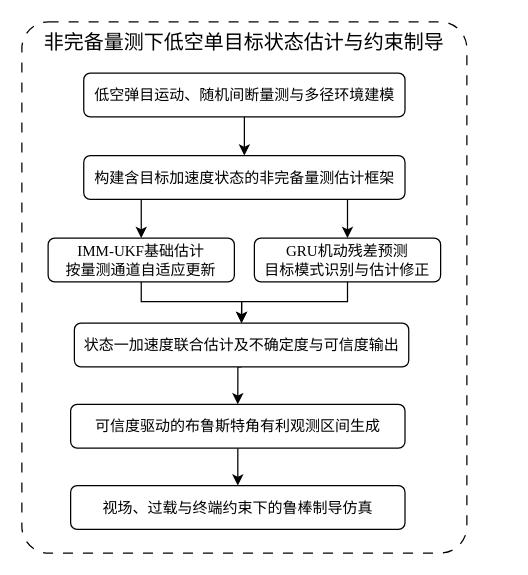
This is 速度门限约束下多目标主动可分辨与能量优化制导.drawio from master-fency/plot, a draw.io file, before an edit. Source tidied: cells renumbered, new cells numbered last; positions are measured from the earlier drawing's top-left corner, leaving out a move shared by most shapes. Both pictures are drawn from the tidied source at 125%, with x=0, y=0 at pixel (21, 21).
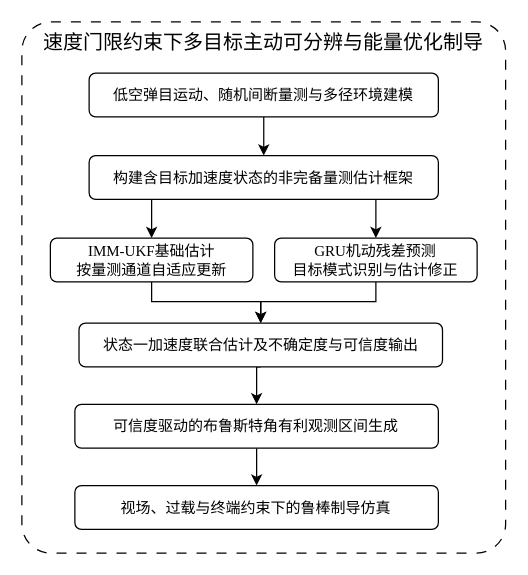
The same diagram, later.

Commit message (it also covers changes not shown here):
更新速度门限约束下多目标主动可分辨与能量优化制导.drawio

The edit, as a diff of the source:
```diff
@@
     <mxCell id="2" style="group;" parent="1" vertex="1">
-      <mxGeometry width="356" height="425" as="geometry" />
+      <mxGeometry width="387" height="425" as="geometry" />
     </mxCell>
-    <mxCell id="3" value="&lt;font style=&quot;font-size: 16px;&quot;&gt;非完备量测下低空单目标状态估计与约束制导&lt;/font&gt;" style="rounded=1;whiteSpace=wrap;html=1;roundedPerimeter=1;fontFamily=Times New Roman;verticalAlign=top;arcSize=6;strokeColor=default;dashed=1;dashPattern=8 8;" parent="2" vertex="1">
-      <mxGeometry width="356" height="425" as="geometry" />
+    <mxCell id="3" value="&lt;font style=&quot;font-size: 16px;&quot;&gt;速度门限约束下多目标主动可分辨与能量优化制导&lt;/font&gt;" style="rounded=1;whiteSpace=wrap;html=1;roundedPerimeter=1;fontFamily=Times New Roman;verticalAlign=top;arcSize=6;strokeColor=default;dashed=1;dashPattern=8 8;" parent="2" vertex="1">
+      <mxGeometry width="387" height="425" as="geometry" />
     </mxCell>
@@
     <mxCell id="5" value="&lt;font&gt;低空弹目运动、随机间断量测与多径环境建模&lt;/font&gt;" style="rounded=1;whiteSpace=wrap;html=1;roundedPerimeter=1;fontFamily=Times New Roman;" parent="2" vertex="1">
-      <mxGeometry x="49.5" y="41" width="257" height="35" as="geometry" />
+      <mxGeometry x="53.8" y="41" width="279.4" height="35" as="geometry" />
     </mxCell>
@@
     <mxCell id="8" value="&lt;font&gt;构建含目标加速度状态的非完备量测估计框架&lt;/font&gt;" style="rounded=1;whiteSpace=wrap;html=1;roundedPerimeter=1;fontFamily=Times New Roman;" parent="2" vertex="1">
-      <mxGeometry x="49.5" y="107" width="257" height="35" as="geometry" />
+      <mxGeometry x="53.8" y="107" width="279.4" height="35" as="geometry" />
     </mxCell>
@@
     <mxCell id="10" value="&lt;font&gt;状态一加速度联合估计及不确定度与可信度输出&lt;/font&gt;" style="rounded=1;whiteSpace=wrap;html=1;roundedPerimeter=1;fontFamily=Times New Roman;" parent="2" vertex="1">
-      <mxGeometry x="42" y="241" width="267.5" height="35" as="geometry" />
+      <mxGeometry x="45.7" y="241" width="290.8" height="35" as="geometry" />
     </mxCell>
     <mxCell id="11" style="group;" parent="2" vertex="1">
-      <mxGeometry x="21" y="173" width="314" height="35" as="geometry" />
+      <mxGeometry x="22.8" y="173" width="341.3" height="35" as="geometry" />
     </mxCell>
     <mxCell id="12" value="&lt;font&gt;IMM-UKF基础估计&lt;/font&gt;&lt;div&gt;&lt;font&gt;按量测通道自适应更新&lt;/font&gt;&lt;/div&gt;" style="rounded=1;whiteSpace=wrap;html=1;roundedPerimeter=1;fontFamily=Times New Roman;" parent="11" vertex="1">
-      <mxGeometry width="149" height="35" as="geometry" />
+      <mxGeometry width="162" height="35" as="geometry" />
     </mxCell>
     <mxCell id="13" value="GRU机动残差预测&lt;div&gt;目标模式识别与估计修正&lt;/div&gt;" style="rounded=1;whiteSpace=wrap;html=1;roundedPerimeter=1;fontFamily=Times New Roman;" parent="11" vertex="1">
-      <mxGeometry x="165" width="149" height="35" as="geometry" />
+      <mxGeometry x="179.4" width="162" height="35" as="geometry" />
     </mxCell>
     <mxCell id="14" style="edgeStyle=orthogonalEdgeStyle;rounded=0;jettySize=auto;html=1;exitX=0.5;exitY=1;exitDx=0;exitDy=0;entryX=0.5;entryY=0;entryDx=0;entryDy=0;fontFamily=Helvetica;fontSize=12;fontColor=default;defaultLabelBackgroundColor=page;" parent="2" edge="1" source="12" target="10">
       <mxGeometry relative="1" as="geometry">
         <Array as="points">
-          <mxPoint x="95.5" y="223.8" />
-          <mxPoint x="175" y="223.8" />
+          <mxPoint x="103.8" y="223.8" />
+          <mxPoint x="190.2" y="223.8" />
         </Array>
       </mxGeometry>
     </mxCell>
     <mxCell id="15" style="edgeStyle=orthogonalEdgeStyle;rounded=0;jettySize=auto;html=1;exitX=0.5;exitY=1;exitDx=0;exitDy=0;entryX=0.5;entryY=0;entryDx=0;entryDy=0;fontFamily=Helvetica;fontSize=12;fontColor=default;defaultLabelBackgroundColor=page;" parent="2" edge="1" source="13" target="10">
       <mxGeometry relative="1" as="geometry">
         <Array as="points">
-          <mxPoint x="260.5" y="223.8" />
-          <mxPoint x="175" y="223.8" />
+          <mxPoint x="283.2" y="223.8" />
+          <mxPoint x="190.2" y="223.8" />
         </Array>
       </mxGeometry>
     </mxCell>
@@
     <mxCell id="17" value="&lt;font&gt;可信度驱动的布鲁斯特角有利观测区间生成&lt;/font&gt;" style="rounded=1;whiteSpace=wrap;html=1;roundedPerimeter=1;fontFamily=Times New Roman;" parent="2" vertex="1">
-      <mxGeometry x="39" y="306" width="267.5" height="35" as="geometry" />
+      <mxGeometry x="42.4" y="306" width="290.8" height="35" as="geometry" />
     </mxCell>
     <mxCell id="18" value="&lt;font&gt;视场、过载与终端约束下的鲁棒制导仿真&lt;/font&gt;" style="rounded=1;whiteSpace=wrap;html=1;roundedPerimeter=1;fontFamily=Times New Roman;" parent="2" vertex="1">
-      <mxGeometry x="39" y="371" width="267.5" height="35" as="geometry" />
+      <mxGeometry x="42.4" y="371" width="290.8" height="35" as="geometry" />
     </mxCell>
```
